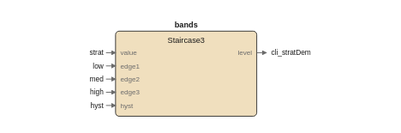
The draw.io diagram images/logic/destrat_fbd.drawio.svg in pstch/botanik2, before a commit. Source tidied: cells renumbered, new cells last; positions are measured from the earlier drawing's top-left corner, leaving out a move shared by most shapes.
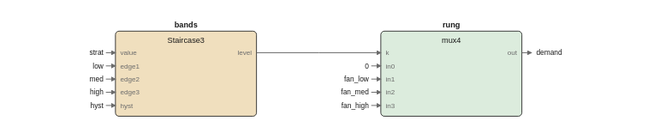
Above is the later version.

The edit, as a diff of the source:
```diff
@@ -29,59 +29,132 @@
     <mxCell id="10" value="level" style="text;html=1;fontSize=5;fontColor=#6b6b6b;align=left;" parent="1" vertex="1">
       <mxGeometry x="124" y="24.2" width="40" height="9.8" as="geometry" />
     </mxCell>
-    <mxCell id="11" value="strat" style="text;html=1;fontSize=6;fontColor=#1a1a1a;align=left;" parent="1" vertex="1">
-      <mxGeometry y="24" width="40" height="10" as="geometry" />
+    <mxCell id="11" style="rounded=1;fillColor=#dcecdd;strokeColor=#1a1a1a;whiteSpace=wrap;html=1;fontSize=8;" parent="1" vertex="1">
+      <mxGeometry x="232" y="10" width="118" height="71" as="geometry" />
     </mxCell>
-    <mxCell id="12" style="edgeStyle=none;html=1;strokeColor=#6b6b6b;endArrow=block;" parent="1" edge="1">
-      <mxGeometry relative="1" as="geometry">
-        <mxPoint x="2" y="28" as="sourcePoint" />
-        <mxPoint x="10" y="28" as="targetPoint" />
-      </mxGeometry>
-    </mxCell>
+    <mxCell id="23" value="rung" style="text;html=1;fontSize=6;fontColor=#1a1a1a;align=center;fontStyle=1;" parent="1" vertex="1">
+      <mxGeometry x="291" y="0.4" width="40" height="10.6" as="geometry" />
+    </mxCell>
-    <mxCell id="13" value="low" style="text;html=1;fontSize=6;fontColor=#1a1a1a;align=left;" parent="1" vertex="1">
-      <mxGeometry y="35" width="40" height="10" as="geometry" />
+    <mxCell id="13" value="mux4" style="text;html=1;fontSize=6;fontColor=#1a1a1a;align=center;" parent="1" vertex="1">
+      <mxGeometry x="291" y="13.4" width="40" height="10.6" as="geometry" />
     </mxCell>
-    <mxCell id="14" style="edgeStyle=none;html=1;strokeColor=#6b6b6b;endArrow=block;" parent="1" edge="1">
-      <mxGeometry relative="1" as="geometry">
-        <mxPoint x="2" y="39" as="sourcePoint" />
-        <mxPoint x="10" y="39" as="targetPoint" />
-      </mxGeometry>
-    </mxCell>
+    <mxCell id="24" value="k" style="text;html=1;fontSize=5;fontColor=#6b6b6b;align=left;" parent="1" vertex="1">
+      <mxGeometry x="236" y="24.2" width="40" height="9.8" as="geometry" />
+    </mxCell>
-    <mxCell id="15" value="med" style="text;html=1;fontSize=6;fontColor=#1a1a1a;align=left;" parent="1" vertex="1">
-      <mxGeometry y="46" width="40" height="10" as="geometry" />
+    <mxCell id="15" value="in0" style="text;html=1;fontSize=5;fontColor=#6b6b6b;align=left;" parent="1" vertex="1">
+      <mxGeometry x="236" y="35.2" width="40" height="9.8" as="geometry" />
     </mxCell>
-    <mxCell id="16" style="edgeStyle=none;html=1;strokeColor=#6b6b6b;endArrow=block;" parent="1" edge="1">
-      <mxGeometry relative="1" as="geometry">
-        <mxPoint x="2" y="50" as="sourcePoint" />
-        <mxPoint x="10" y="50" as="targetPoint" />
-      </mxGeometry>
-    </mxCell>
+    <mxCell id="25" value="in1" style="text;html=1;fontSize=5;fontColor=#6b6b6b;align=left;" parent="1" vertex="1">
+      <mxGeometry x="236" y="46.2" width="40" height="9.8" as="geometry" />
+    </mxCell>
-    <mxCell id="17" value="high" style="text;html=1;fontSize=6;fontColor=#1a1a1a;align=left;" parent="1" vertex="1">
-      <mxGeometry y="57" width="40" height="10" as="geometry" />
+    <mxCell id="17" value="in2" style="text;html=1;fontSize=5;fontColor=#6b6b6b;align=left;" parent="1" vertex="1">
+      <mxGeometry x="236" y="57.2" width="40" height="9.8" as="geometry" />
     </mxCell>
-    <mxCell id="18" style="edgeStyle=none;html=1;strokeColor=#6b6b6b;endArrow=block;" parent="1" edge="1">
-      <mxGeometry relative="1" as="geometry">
-        <mxPoint x="2" y="61" as="sourcePoint" />
-        <mxPoint x="10" y="61" as="targetPoint" />
-      </mxGeometry>
-    </mxCell>
+    <mxCell id="26" value="in3" style="text;html=1;fontSize=5;fontColor=#6b6b6b;align=left;" parent="1" vertex="1">
+      <mxGeometry x="236" y="68.2" width="40" height="9.8" as="geometry" />
+    </mxCell>
-    <mxCell id="19" value="hyst" style="text;html=1;fontSize=6;fontColor=#1a1a1a;align=left;" parent="1" vertex="1">
-      <mxGeometry y="68" width="40" height="10" as="geometry" />
+    <mxCell id="19" value="out" style="text;html=1;fontSize=5;fontColor=#6b6b6b;align=left;" parent="1" vertex="1">
+      <mxGeometry x="346" y="24.2" width="40" height="9.8" as="geometry" />
     </mxCell>
     <mxCell id="20" style="edgeStyle=none;html=1;strokeColor=#6b6b6b;endArrow=block;" parent="1" edge="1">
       <mxGeometry relative="1" as="geometry">
-        <mxPoint x="2" y="72" as="sourcePoint" />
-        <mxPoint x="10" y="72" as="targetPoint" />
+        <mxPoint x="128" y="28" as="sourcePoint" />
+        <mxPoint x="232" y="28" as="targetPoint" />
+        <Array as="points">
+          <mxPoint x="180" y="28" />
+          <mxPoint x="180" y="28" />
+        </Array>
       </mxGeometry>
     </mxCell>
-    <mxCell id="21" style="edgeStyle=none;html=1;strokeColor=#6b6b6b;endArrow=block;" parent="1" edge="1">
-      <mxGeometry relative="1" as="geometry">
-        <mxPoint x="128" y="28" as="sourcePoint" />
-        <mxPoint x="136" y="28" as="targetPoint" />
-      </mxGeometry>
-    </mxCell>
-    <mxCell id="22" value="cli_stratDem" style="text;html=1;fontSize=6;fontColor=#1a1a1a;align=left;" parent="1" vertex="1">
-      <mxGeometry x="140" y="24" width="60" height="10" as="geometry" />
-    </mxCell>
+    <mxCell id="27" value="strat" style="text;html=1;fontSize=6;fontColor=#1a1a1a;align=left;" parent="1" vertex="1">
+      <mxGeometry y="24" width="40" height="10" as="geometry" />
+    </mxCell>
+    <mxCell id="28" style="edgeStyle=none;html=1;strokeColor=#6b6b6b;endArrow=block;" parent="1" edge="1">
+      <mxGeometry relative="1" as="geometry">
+        <mxPoint x="2" y="28" as="sourcePoint" />
+        <mxPoint x="10" y="28" as="targetPoint" />
+      </mxGeometry>
+    </mxCell>
+    <mxCell id="29" value="low" style="text;html=1;fontSize=6;fontColor=#1a1a1a;align=left;" parent="1" vertex="1">
+      <mxGeometry y="35" width="40" height="10" as="geometry" />
+    </mxCell>
+    <mxCell id="30" style="edgeStyle=none;html=1;strokeColor=#6b6b6b;endArrow=block;" parent="1" edge="1">
+      <mxGeometry relative="1" as="geometry">
+        <mxPoint x="2" y="39" as="sourcePoint" />
+        <mxPoint x="10" y="39" as="targetPoint" />
+      </mxGeometry>
+    </mxCell>
+    <mxCell id="31" value="med" style="text;html=1;fontSize=6;fontColor=#1a1a1a;align=left;" parent="1" vertex="1">
+      <mxGeometry y="46" width="40" height="10" as="geometry" />
+    </mxCell>
+    <mxCell id="32" style="edgeStyle=none;html=1;strokeColor=#6b6b6b;endArrow=block;" parent="1" edge="1">
+      <mxGeometry relative="1" as="geometry">
+        <mxPoint x="2" y="50" as="sourcePoint" />
+        <mxPoint x="10" y="50" as="targetPoint" />
+      </mxGeometry>
+    </mxCell>
+    <mxCell id="33" value="high" style="text;html=1;fontSize=6;fontColor=#1a1a1a;align=left;" parent="1" vertex="1">
+      <mxGeometry y="57" width="40" height="10" as="geometry" />
+    </mxCell>
+    <mxCell id="34" style="edgeStyle=none;html=1;strokeColor=#6b6b6b;endArrow=block;" parent="1" edge="1">
+      <mxGeometry relative="1" as="geometry">
+        <mxPoint x="2" y="61" as="sourcePoint" />
+        <mxPoint x="10" y="61" as="targetPoint" />
+      </mxGeometry>
+    </mxCell>
+    <mxCell id="35" value="hyst" style="text;html=1;fontSize=6;fontColor=#1a1a1a;align=left;" parent="1" vertex="1">
+      <mxGeometry y="68" width="40" height="10" as="geometry" />
+    </mxCell>
+    <mxCell id="36" style="edgeStyle=none;html=1;strokeColor=#6b6b6b;endArrow=block;" parent="1" edge="1">
+      <mxGeometry relative="1" as="geometry">
+        <mxPoint x="2" y="72" as="sourcePoint" />
+        <mxPoint x="10" y="72" as="targetPoint" />
+      </mxGeometry>
+    </mxCell>
+    <mxCell id="37" value="0" style="text;html=1;fontSize=6;fontColor=#1a1a1a;align=left;" parent="1" vertex="1">
+      <mxGeometry x="222" y="35" width="40" height="10" as="geometry" />
+    </mxCell>
+    <mxCell id="38" style="edgeStyle=none;html=1;strokeColor=#6b6b6b;endArrow=block;" parent="1" edge="1">
+      <mxGeometry relative="1" as="geometry">
+        <mxPoint x="224" y="39" as="sourcePoint" />
+        <mxPoint x="232" y="39" as="targetPoint" />
+      </mxGeometry>
+    </mxCell>
+    <mxCell id="39" value="fan_low" style="text;html=1;fontSize=6;fontColor=#1a1a1a;align=left;" parent="1" vertex="1">
+      <mxGeometry x="222" y="46" width="40" height="10" as="geometry" />
+    </mxCell>
+    <mxCell id="40" style="edgeStyle=none;html=1;strokeColor=#6b6b6b;endArrow=block;" parent="1" edge="1">
+      <mxGeometry relative="1" as="geometry">
+        <mxPoint x="224" y="50" as="sourcePoint" />
+        <mxPoint x="232" y="50" as="targetPoint" />
+      </mxGeometry>
+    </mxCell>
+    <mxCell id="41" value="fan_med" style="text;html=1;fontSize=6;fontColor=#1a1a1a;align=left;" parent="1" vertex="1">
+      <mxGeometry x="222" y="57" width="40" height="10" as="geometry" />
+    </mxCell>
+    <mxCell id="42" style="edgeStyle=none;html=1;strokeColor=#6b6b6b;endArrow=block;" parent="1" edge="1">
+      <mxGeometry relative="1" as="geometry">
+        <mxPoint x="224" y="61" as="sourcePoint" />
+        <mxPoint x="232" y="61" as="targetPoint" />
+      </mxGeometry>
+    </mxCell>
+    <mxCell id="43" value="fan_high" style="text;html=1;fontSize=6;fontColor=#1a1a1a;align=left;" parent="1" vertex="1">
+      <mxGeometry x="222" y="68" width="40" height="10" as="geometry" />
+    </mxCell>
+    <mxCell id="44" style="edgeStyle=none;html=1;strokeColor=#6b6b6b;endArrow=block;" parent="1" edge="1">
+      <mxGeometry relative="1" as="geometry">
+        <mxPoint x="224" y="72" as="sourcePoint" />
+        <mxPoint x="232" y="72" as="targetPoint" />
+      </mxGeometry>
+    </mxCell>
+    <mxCell id="45" style="edgeStyle=none;html=1;strokeColor=#6b6b6b;endArrow=block;" parent="1" edge="1">
+      <mxGeometry relative="1" as="geometry">
+        <mxPoint x="350" y="28" as="sourcePoint" />
+        <mxPoint x="358" y="28" as="targetPoint" />
+      </mxGeometry>
+    </mxCell>
+    <mxCell id="46" value="demand" style="text;html=1;fontSize=6;fontColor=#1a1a1a;align=left;" parent="1" vertex="1">
+      <mxGeometry x="362" y="24" width="40" height="10" as="geometry" />
+    </mxCell>
   </root>
 </mxGraphModel>
```
